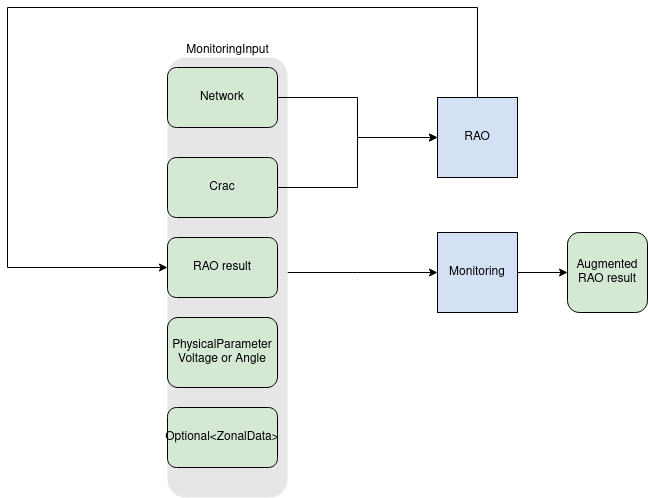
This is docs/_static/img/monitoring.png from powsybl/powsybl-open-rao, a draw.io export, as it was before one commit. Source tidied: cells renumbered, new cells last; positions are measured from the earlier drawing's top-left corner, leaving out a move shared by most shapes.
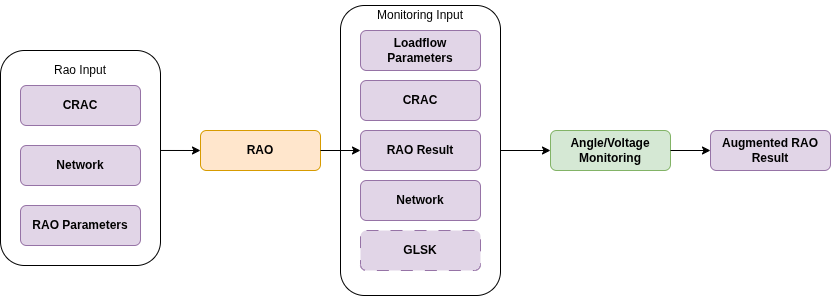
Later version of the same file.

What changed in the source:
```diff
@@ -2,61 +2,64 @@
   <root>
     <mxCell id="0" />
     <mxCell id="1" parent="0" />
-    <mxCell id="2" style="edgeStyle=orthogonalEdgeStyle;rounded=0;jettySize=auto;html=1;" parent="1" edge="1" source="3" target="6">
-      <mxGeometry relative="1" as="geometry" />
-    </mxCell>
-    <mxCell id="3" value="Monitoring" style="whiteSpace=wrap;html=1;fillColor=#D4E1F5;" parent="1" vertex="1">
-      <mxGeometry x="430" y="225" width="80" height="80" as="geometry" />
-    </mxCell>
-    <mxCell id="4" style="edgeStyle=orthogonalEdgeStyle;rounded=0;jettySize=auto;html=1;entryX=0;entryY=0.5;entryDx=0;entryDy=0;" parent="1" edge="1" source="5" target="10">
-      <mxGeometry relative="1" as="geometry">
-        <Array as="points">
-          <mxPoint x="470" />
-          <mxPoint />
-          <mxPoint y="260" />
-        </Array>
-      </mxGeometry>
-    </mxCell>
+    <mxCell id="17" style="edgeStyle=orthogonalEdgeStyle;rounded=0;jettySize=auto;html=1;" parent="1" edge="1" source="18" target="21">
+      <mxGeometry relative="1" as="geometry" />
+    </mxCell>
+    <mxCell id="18" style="rounded=1;whiteSpace=wrap;html=1;" parent="1" vertex="1">
+      <mxGeometry x="570" y="-35" width="160" height="290" as="geometry" />
+    </mxCell>
+    <mxCell id="19" style="rounded=1;whiteSpace=wrap;html=1;fillColor=light-dark(#FFFFFF,#A4A4A4);" parent="1" vertex="1">
+      <mxGeometry x="230" y="10" width="160" height="215" as="geometry" />
+    </mxCell>
+    <mxCell id="20" value="CRAC" style="rounded=1;whiteSpace=wrap;html=1;fontStyle=1;fillColor=#e1d5e7;strokeColor=#9673a6;" parent="1" vertex="1">
+      <mxGeometry x="250" y="45" width="120" height="40" as="geometry" />
+    </mxCell>
-    <mxCell id="5" value="RAO" style="whiteSpace=wrap;html=1;fillColor=#D4E1F5;" parent="1" vertex="1">
-      <mxGeometry x="430" y="90" width="80" height="80" as="geometry" />
+    <mxCell id="5" value="&lt;div&gt;RAO&lt;/div&gt;" style="rounded=1;whiteSpace=wrap;html=1;fontStyle=1;fillColor=#ffe6cc;strokeColor=#d79b00;" parent="1" vertex="1">
+      <mxGeometry x="430" y="90" width="120" height="40" as="geometry" />
     </mxCell>
-    <mxCell id="6" value="Augmented RAO result" style="rounded=1;whiteSpace=wrap;html=1;fillColor=#D5E8D4;" parent="1" vertex="1">
-      <mxGeometry x="560" y="225" width="80" height="80" as="geometry" />
-    </mxCell>
-    <mxCell id="7" style="edgeStyle=orthogonalEdgeStyle;rounded=0;jettySize=auto;html=1;" parent="1" edge="1" source="8" target="3">
-      <mxGeometry relative="1" as="geometry">
-        <Array as="points">
-          <mxPoint x="350" y="265" />
-          <mxPoint x="350" y="265" />
-        </Array>
-      </mxGeometry>
-    </mxCell>
-    <mxCell id="8" style="rounded=1;whiteSpace=wrap;html=1;fillColor=#E6E6E6;strokeColor=none;" parent="1" vertex="1">
-      <mxGeometry x="160" y="50" width="120" height="440" as="geometry" />
-    </mxCell>
-    <mxCell id="9" value="&lt;div&gt;MonitoringInput&lt;/div&gt;&lt;div&gt;&lt;br&gt;&lt;/div&gt;" style="text;html=1;align=center;verticalAlign=middle;strokeColor=none;" parent="1" vertex="1">
-      <mxGeometry x="165" y="30" width="110" height="40" as="geometry" />
-    </mxCell>
-    <mxCell id="10" value="RAO result" style="rounded=1;whiteSpace=wrap;html=1;fillColor=#D5E8D4;" parent="1" vertex="1">
-      <mxGeometry x="160" y="230" width="110" height="60" as="geometry" />
-    </mxCell>
-    <mxCell id="11" value="Optional&amp;lt;ZonalData&amp;gt;" style="rounded=1;whiteSpace=wrap;html=1;fillColor=#D5E8D4;" parent="1" vertex="1">
-      <mxGeometry x="160" y="400" width="110" height="60" as="geometry" />
-    </mxCell>
-    <mxCell id="12" value="&lt;div&gt;PhysicalParameter&lt;/div&gt;&lt;div&gt;Voltage or Angle&lt;br&gt;&lt;/div&gt;" style="rounded=1;whiteSpace=wrap;html=1;fillColor=#D5E8D4;" parent="1" vertex="1">
-      <mxGeometry x="160" y="310" width="110" height="70" as="geometry" />
-    </mxCell>
-    <mxCell id="13" style="edgeStyle=orthogonalEdgeStyle;rounded=0;jettySize=auto;html=1;entryX=0;entryY=0.5;entryDx=0;entryDy=0;" parent="1" edge="1" source="14" target="5">
-      <mxGeometry relative="1" as="geometry" />
-    </mxCell>
-    <mxCell id="14" value="Crac" style="rounded=1;whiteSpace=wrap;html=1;fillColor=#D5E8D4;" parent="1" vertex="1">
-      <mxGeometry x="160" y="150" width="110" height="60" as="geometry" />
-    </mxCell>
-    <mxCell id="15" style="edgeStyle=orthogonalEdgeStyle;rounded=0;jettySize=auto;html=1;entryX=0;entryY=0.5;entryDx=0;entryDy=0;" parent="1" edge="1" source="16" target="5">
-      <mxGeometry relative="1" as="geometry" />
-    </mxCell>
-    <mxCell id="16" value="Network" style="rounded=1;whiteSpace=wrap;html=1;fillColor=#D5E8D4;" parent="1" vertex="1">
-      <mxGeometry x="160" y="60" width="110" height="60" as="geometry" />
-    </mxCell>
+    <mxCell id="21" value="Angle/Voltage Monitoring" style="rounded=1;whiteSpace=wrap;html=1;fontStyle=1;fillColor=#d5e8d4;strokeColor=#82b366;" parent="1" vertex="1">
+      <mxGeometry x="780" y="90" width="120" height="40" as="geometry" />
+    </mxCell>
+    <mxCell id="22" style="edgeStyle=orthogonalEdgeStyle;rounded=0;jettySize=auto;html=1;exitX=1;exitY=0.5;exitDx=0;exitDy=0;entryX=0;entryY=0.5;entryDx=0;entryDy=0;" parent="1" edge="1" target="23">
+      <mxGeometry relative="1" as="geometry">
+        <mxPoint x="900" y="110" as="sourcePoint" />
+      </mxGeometry>
+    </mxCell>
+    <mxCell id="23" value="Augmented RAO Result" style="rounded=1;whiteSpace=wrap;html=1;fontStyle=1;fillColor=#e1d5e7;strokeColor=#9673a6;" parent="1" vertex="1">
+      <mxGeometry x="940" y="90" width="120" height="40" as="geometry" />
+    </mxCell>
+    <mxCell id="24" value="Network" style="rounded=1;whiteSpace=wrap;html=1;fontStyle=1;fillColor=#e1d5e7;strokeColor=#9673a6;" parent="1" vertex="1">
+      <mxGeometry x="250" y="105" width="120" height="40" as="geometry" />
+    </mxCell>
+    <mxCell id="25" value="RAO Parameters" style="rounded=1;whiteSpace=wrap;html=1;fontStyle=1;fillColor=#e1d5e7;strokeColor=#9673a6;" parent="1" vertex="1">
+      <mxGeometry x="250" y="165" width="120" height="40" as="geometry" />
+    </mxCell>
+    <mxCell id="26" value="RAO Result" style="rounded=1;whiteSpace=wrap;html=1;fontStyle=1;fillColor=#e1d5e7;strokeColor=#9673a6;" parent="1" vertex="1">
+      <mxGeometry x="590" y="90" width="120" height="40" as="geometry" />
+    </mxCell>
+    <mxCell id="27" style="endArrow=classic;html=1;rounded=0;exitX=1;exitY=0.465;exitDx=0;exitDy=0;entryX=0;entryY=0.5;entryDx=0;entryDy=0;exitPerimeter=0;" parent="1" edge="1" source="19" target="5">
+      <mxGeometry relative="1" as="geometry" />
+    </mxCell>
+    <mxCell id="28" style="endArrow=classic;html=1;rounded=0;exitX=1;exitY=0.5;exitDx=0;exitDy=0;entryX=0;entryY=0.5;entryDx=0;entryDy=0;" parent="1" edge="1" source="5" target="26">
+      <mxGeometry relative="1" as="geometry" />
+    </mxCell>
+    <mxCell id="29" value="CRAC" style="rounded=1;whiteSpace=wrap;html=1;fontStyle=1;fillColor=#e1d5e7;strokeColor=#9673a6;" parent="1" vertex="1">
+      <mxGeometry x="590" y="40" width="120" height="40" as="geometry" />
+    </mxCell>
+    <mxCell id="30" value="GLSK" style="rounded=1;whiteSpace=wrap;html=1;fontStyle=1;fillColor=#e1d5e7;strokeColor=#9673a6;dashed=1;dashPattern=12 12;" parent="1" vertex="1">
+      <mxGeometry x="590" y="190" width="120" height="40" as="geometry" />
+    </mxCell>
+    <mxCell id="31" value="Monitoring Input" style="text;html=1;whiteSpace=wrap;strokeColor=none;fillColor=none;align=center;verticalAlign=middle;rounded=0;" parent="1" vertex="1">
+      <mxGeometry x="600" y="-40" width="100" height="30" as="geometry" />
+    </mxCell>
+    <mxCell id="32" value="Rao Input" style="text;html=1;whiteSpace=wrap;strokeColor=none;fillColor=none;align=center;verticalAlign=middle;rounded=0;" parent="1" vertex="1">
+      <mxGeometry x="280" y="15" width="60" height="30" as="geometry" />
+    </mxCell>
+    <mxCell id="33" value="Network" style="rounded=1;whiteSpace=wrap;html=1;fontStyle=1;fillColor=#e1d5e7;strokeColor=#9673a6;" parent="1" vertex="1">
+      <mxGeometry x="590" y="140" width="120" height="40" as="geometry" />
+    </mxCell>
+    <mxCell id="34" value="Loadflow Parameters" style="rounded=1;whiteSpace=wrap;html=1;fontStyle=1;fillColor=#e1d5e7;strokeColor=#9673a6;" parent="1" vertex="1">
+      <mxGeometry x="590" y="-10" width="120" height="40" as="geometry" />
+    </mxCell>
   </root>
 </mxGraphModel>
```
